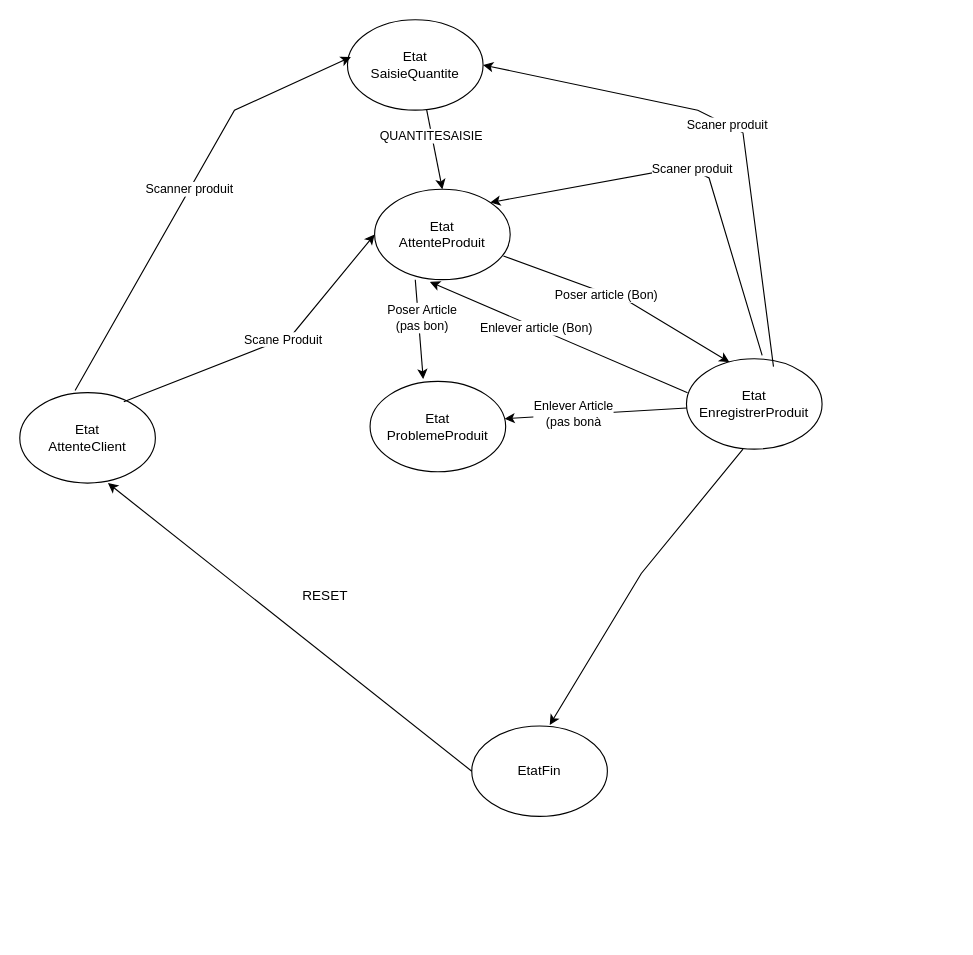
Above: Diagramme sans nom.drawio in DamienChabret/Automate_CaisseAutomatique (draw.io), before the change. Source tidied: cells renumbered, new cells numbered last; positions are measured from the earlier drawing's top-left corner, leaving out a move shared by most shapes. Both pictures are drawn from the tidied source at 113%, with x=0, y=0 at pixel (19, 19).
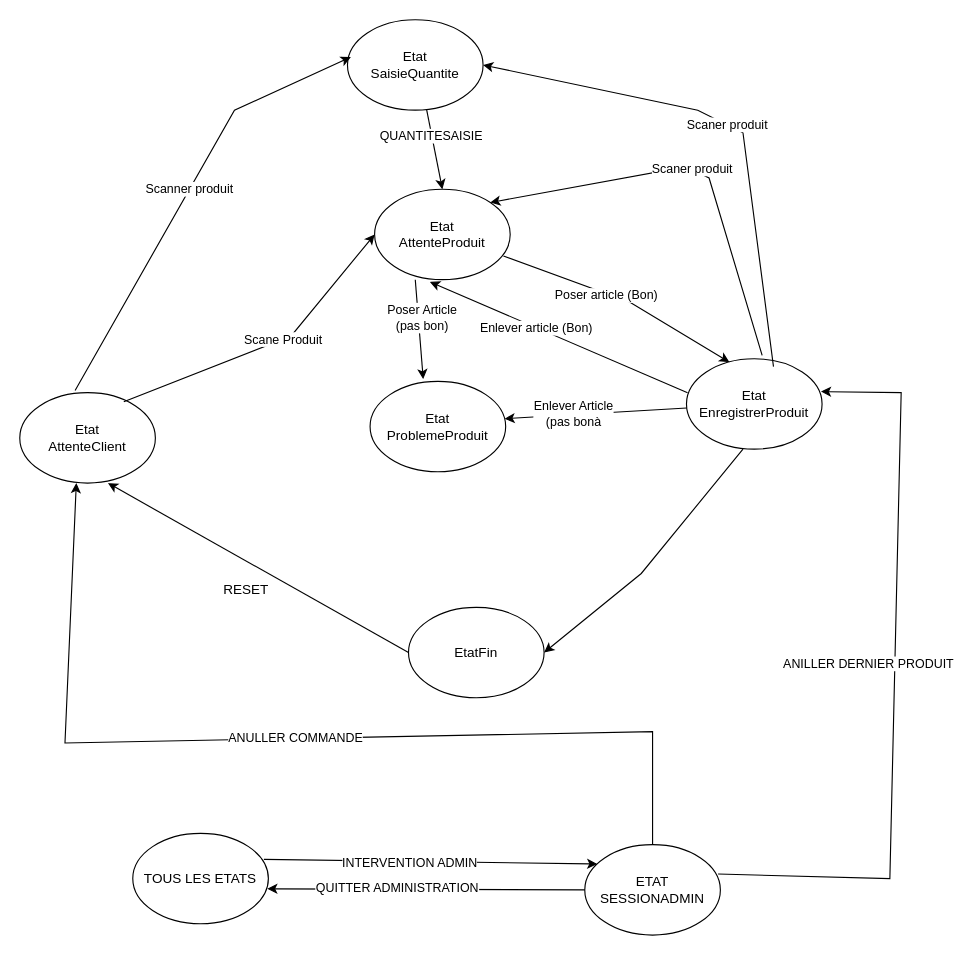
The same page after the edit.

Commit message:
Mettre à jour Diagramme sans nom.drawio

The change refers to these unchanged cells:
```xml
<mxCell id="2" value="Etat&lt;br&gt;AttenteClient" style="ellipse;whiteSpace=wrap;html=1;" parent="1" vertex="1">
  <mxGeometry y="330" width="120" height="80" as="geometry" />
</mxCell>
<mxCell id="4" value="Etat&lt;br&gt;EnregistrerProduit" style="ellipse;whiteSpace=wrap;html=1;" parent="1" vertex="1">
  <mxGeometry x="590" y="300" width="120" height="80" as="geometry" />
</mxCell>
```

What changed in the source:
```diff
@@
     <mxCell id="6" value="EtatFin" style="ellipse;whiteSpace=wrap;html=1;" parent="1" vertex="1">
-      <mxGeometry x="400" y="625" width="120" height="80" as="geometry" />
+      <mxGeometry x="344" y="520" width="120" height="80" as="geometry" />
     </mxCell>
@@
-    <mxCell id="10" style="endArrow=classic;html=1;rounded=0;exitX=1;exitY=0.5;exitDx=0;exitDy=0;entryX=0.575;entryY=-0.012;entryDx=0;entryDy=0;entryPerimeter=0;" parent="1" edge="1" target="6">
+    <mxCell id="10" style="endArrow=classic;html=1;rounded=0;exitX=1;exitY=0.5;exitDx=0;exitDy=0;entryX=1;entryY=0.5;entryDx=0;entryDy=0;" parent="1" edge="1" target="6">
       <mxGeometry relative="1" as="geometry">
         <mxPoint x="640" y="380" as="sourcePoint" />
         <Array as="points">
           <mxPoint x="550" y="490" />
         </Array>
       </mxGeometry>
     </mxCell>
@@
     <mxCell id="20" value="RESET" style="text;html=1;align=center;verticalAlign=middle;strokeColor=none;fillColor=none;" parent="1" vertex="1">
-      <mxGeometry x="240" y="495" width="60" height="30" as="geometry" />
+      <mxGeometry x="170" y="490" width="60" height="30" as="geometry" />
     </mxCell>
@@
+    <mxCell id="27" value="TOUS LES ETATS" style="ellipse;whiteSpace=wrap;html=1;" parent="1" vertex="1">
+      <mxGeometry x="100" y="720" width="120" height="80" as="geometry" />
+    </mxCell>
+    <mxCell id="28" value="ETAT&lt;br&gt;SESSIONADMIN" style="ellipse;whiteSpace=wrap;html=1;" parent="1" vertex="1">
+      <mxGeometry x="500" y="730" width="120" height="80" as="geometry" />
+    </mxCell>
+    <mxCell id="29" style="endArrow=classic;html=1;rounded=0;exitX=0.967;exitY=0.288;exitDx=0;exitDy=0;exitPerimeter=0;entryX=0.092;entryY=0.213;entryDx=0;entryDy=0;entryPerimeter=0;" parent="1" edge="1" source="27" target="28">
+      <mxGeometry relative="1" as="geometry" />
+    </mxCell>
+    <mxCell id="30" value="INTERVENTION ADMIN" style="edgeLabel;html=1;align=center;verticalAlign=middle;" parent="29" vertex="1">
+      <mxGeometry x="-0.13" y="-1" relative="1" as="geometry" />
+    </mxCell>
+    <mxCell id="31" style="endArrow=classic;html=1;rounded=0;entryX=0.992;entryY=0.613;entryDx=0;entryDy=0;entryPerimeter=0;" parent="1" edge="1" source="28" target="27">
+      <mxGeometry relative="1" as="geometry" />
+    </mxCell>
+    <mxCell id="32" value="QUITTER ADMINISTRATION" style="edgeLabel;html=1;align=center;verticalAlign=middle;" parent="31" vertex="1">
+      <mxGeometry x="0.19" y="-2" relative="1" as="geometry" />
+    </mxCell>
+    <mxCell id="33" style="endArrow=classic;html=1;rounded=0;exitX=0.5;exitY=0;exitDx=0;exitDy=0;entryX=0.417;entryY=1;entryDx=0;entryDy=0;entryPerimeter=0;" parent="1" edge="1" source="28" target="2">
+      <mxGeometry relative="1" as="geometry">
+        <Array as="points">
+          <mxPoint x="560" y="630" />
+          <mxPoint x="40" y="640" />
+        </Array>
+      </mxGeometry>
+    </mxCell>
+    <mxCell id="34" value="ANULLER COMMANDE" style="edgeLabel;html=1;align=center;verticalAlign=middle;" parent="33" vertex="1">
+      <mxGeometry x="-0.02" y="-1" relative="1" as="geometry" />
+    </mxCell>
+    <mxCell id="35" style="endArrow=classic;html=1;rounded=0;exitX=0.983;exitY=0.325;exitDx=0;exitDy=0;exitPerimeter=0;entryX=0.992;entryY=0.363;entryDx=0;entryDy=0;entryPerimeter=0;" parent="1" edge="1" source="28" target="4">
+      <mxGeometry relative="1" as="geometry">
+        <Array as="points">
+          <mxPoint x="770" y="760" />
+          <mxPoint x="780" y="330" />
+        </Array>
+      </mxGeometry>
+    </mxCell>
+    <mxCell id="36" value="ANILLER DERNIER PRODUIT&lt;br&gt;" style="edgeLabel;html=1;align=center;verticalAlign=middle;" parent="35" vertex="1">
+      <mxGeometry x="0.05" y="-3" relative="1" as="geometry">
+        <mxPoint x="-27" as="offset" />
+      </mxGeometry>
+    </mxCell>
```
